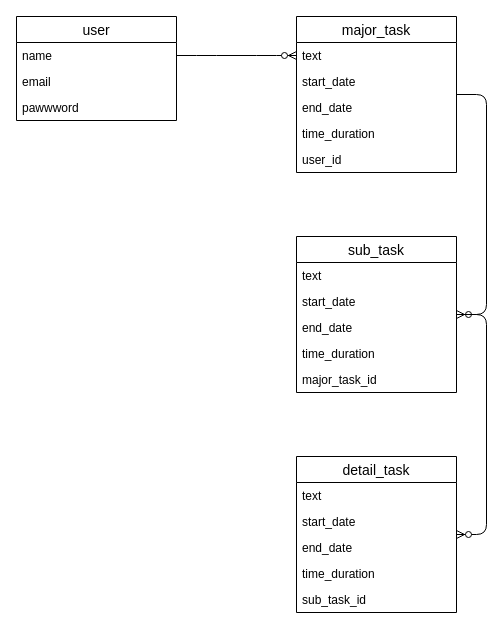
Before: data_structure.drawio in Yosuke-Aramaki/gx_app_2, a draw.io diagram. Source tidied: cells renumbered, new cells numbered last; positions are measured from the earlier drawing's top-left corner, leaving out a move shared by most shapes. Both pictures are drawn from the tidied source at 100%, with x=0, y=0 at pixel (16, 16).
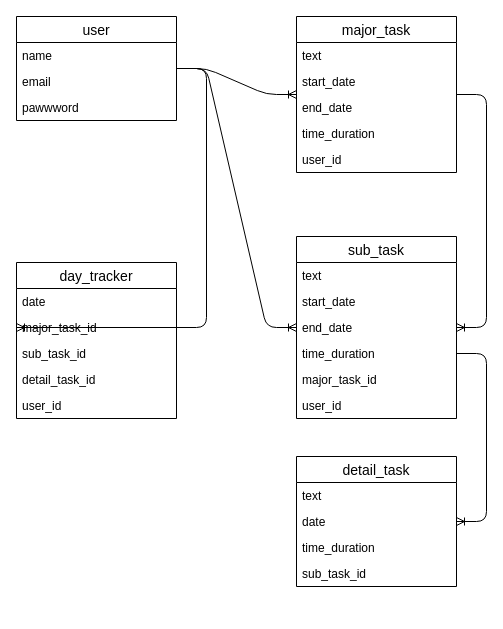
Above is the later version.

Commit message (it also covers changes not shown here):
update data structure

The change refers to these unchanged cells:
```xml
<mxCell id="2" value="major_task" style="swimlane;fontStyle=0;horizontal=1;startSize=26;align=center;fontSize=14;" parent="1" vertex="1">
  <mxGeometry x="280" width="160" height="156" as="geometry" />
</mxCell>
<mxCell id="3" value="text" style="text;strokeColor=none;fillColor=none;spacingLeft=4;spacingRight=4;overflow=hidden;points=[[0,0.5],[1,0.5]];portConstraint=eastwest;fontSize=12;" parent="2" vertex="1">
  <mxGeometry y="26" width="160" height="26" as="geometry" />
</mxCell>
<mxCell id="8" value="user" style="swimlane;fontStyle=0;horizontal=1;startSize=26;align=center;fontSize=14;" parent="1" vertex="1">
  <mxGeometry width="160" height="104" as="geometry" />
</mxCell>
<mxCell id="9" value="name" style="text;strokeColor=none;fillColor=none;spacingLeft=4;spacingRight=4;overflow=hidden;points=[[0,0.5],[1,0.5]];portConstraint=eastwest;fontSize=12;" parent="8" vertex="1">
  <mxGeometry y="26" width="160" height="26" as="geometry" />
</mxCell>
<mxCell id="16" value="time_duration" style="text;strokeColor=none;fillColor=none;spacingLeft=4;spacingRight=4;overflow=hidden;points=[[0,0.5],[1,0.5]];portConstraint=eastwest;fontSize=12;" parent="12" vertex="1">
  <mxGeometry y="104" width="160" height="26" as="geometry" />
</mxCell>
```

What changed in the source:
```diff
@@
     <mxCell id="12" value="sub_task" style="swimlane;fontStyle=0;horizontal=1;startSize=26;align=center;fontSize=14;" parent="1" vertex="1">
-      <mxGeometry x="280" y="220" width="160" height="156" as="geometry" />
+      <mxGeometry x="280" y="220" width="160" height="182" as="geometry" />
     </mxCell>
@@
+    <mxCell id="27" value="user_id" style="text;strokeColor=none;fillColor=none;spacingLeft=4;spacingRight=4;overflow=hidden;fontSize=12;" parent="12" vertex="1">
+      <mxGeometry y="156" width="160" height="26" as="geometry" />
+    </mxCell>
     <mxCell id="18" value="detail_task" style="swimlane;fontStyle=0;horizontal=1;startSize=26;align=center;fontSize=14;" parent="1" vertex="1">
-      <mxGeometry x="280" y="440" width="160" height="156" as="geometry" />
+      <mxGeometry x="280" y="440" width="160" height="130" as="geometry" />
     </mxCell>
@@
-    <mxCell id="20" value="start_date" style="text;strokeColor=none;fillColor=none;spacingLeft=4;spacingRight=4;overflow=hidden;fontSize=12;" parent="18" vertex="1">
+    <mxCell id="20" value="date" style="text;strokeColor=none;fillColor=none;spacingLeft=4;spacingRight=4;overflow=hidden;fontSize=12;" parent="18" vertex="1">
       <mxGeometry y="52" width="160" height="26" as="geometry" />
     </mxCell>
-    <mxCell id="21" value="end_date" style="text;strokeColor=none;fillColor=none;spacingLeft=4;spacingRight=4;overflow=hidden;fontSize=12;" parent="18" vertex="1">
-      <mxGeometry y="78" width="160" height="26" as="geometry" />
-    </mxCell>
     <mxCell id="22" value="time_duration" style="text;strokeColor=none;fillColor=none;spacingLeft=4;spacingRight=4;overflow=hidden;fontSize=12;" parent="18" vertex="1">
-      <mxGeometry y="104" width="160" height="26" as="geometry" />
+      <mxGeometry y="78" width="160" height="26" as="geometry" />
     </mxCell>
     <mxCell id="23" value="sub_task_id" style="text;strokeColor=none;fillColor=none;spacingLeft=4;spacingRight=4;overflow=hidden;fontSize=12;" parent="18" vertex="1">
-      <mxGeometry y="130" width="160" height="26" as="geometry" />
+      <mxGeometry y="104" width="160" height="26" as="geometry" />
     </mxCell>
-    <mxCell id="24" style="edgeStyle=entityRelationEdgeStyle;fontSize=12;html=1;endArrow=ERzeroToMany;endFill=1;exitX=1;exitY=0.5;exitDx=0;exitDy=0;entryX=0;entryY=0.5;entryDx=0;entryDy=0;" parent="1" edge="1" source="9" target="3">
-      <mxGeometry relative="1" as="geometry" />
-    </mxCell>
+    <mxCell id="28" style="edgeStyle=entityRelationEdgeStyle;fontSize=12;html=1;endArrow=ERoneToMany;fontStyle=1;" parent="1" edge="1" source="8" target="2">
+      <mxGeometry relative="1" as="geometry" />
+    </mxCell>
+    <mxCell id="29" style="edgeStyle=entityRelationEdgeStyle;fontSize=12;html=1;endArrow=ERoneToMany;fontStyle=1;exitX=1;exitY=0.5;exitDx=0;exitDy=0;" parent="1" edge="1" source="16" target="18">
+      <mxGeometry relative="1" as="geometry" />
+    </mxCell>
+    <mxCell id="30" value="day_tracker" style="swimlane;fontStyle=0;horizontal=1;startSize=26;align=center;fontSize=14;" parent="1" vertex="1">
+      <mxGeometry y="246" width="160" height="156" as="geometry" />
+    </mxCell>
+    <mxCell id="31" value="date" style="text;strokeColor=none;fillColor=none;spacingLeft=4;spacingRight=4;overflow=hidden;fontSize=12;" parent="30" vertex="1">
+      <mxGeometry y="26" width="160" height="26" as="geometry" />
+    </mxCell>
+    <mxCell id="32" value="major_task_id" style="text;strokeColor=none;fillColor=none;spacingLeft=4;spacingRight=4;overflow=hidden;points=[[0,0.5],[1,0.5]];portConstraint=eastwest;fontSize=12;" parent="30" vertex="1">
+      <mxGeometry y="52" width="160" height="26" as="geometry" />
+    </mxCell>
+    <mxCell id="33" value="sub_task_id" style="text;strokeColor=none;fillColor=none;spacingLeft=4;spacingRight=4;overflow=hidden;fontSize=12;" parent="30" vertex="1">
+      <mxGeometry y="78" width="160" height="26" as="geometry" />
+    </mxCell>
+    <mxCell id="34" value="detail_task_id" style="text;strokeColor=none;fillColor=none;spacingLeft=4;spacingRight=4;overflow=hidden;fontSize=12;" parent="30" vertex="1">
+      <mxGeometry y="104" width="160" height="26" as="geometry" />
+    </mxCell>
+    <mxCell id="35" value="user_id" style="text;strokeColor=none;fillColor=none;spacingLeft=4;spacingRight=4;overflow=hidden;fontSize=12;" parent="30" vertex="1">
+      <mxGeometry y="130" width="160" height="26" as="geometry" />
+    </mxCell>
+    <mxCell id="36" style="edgeStyle=entityRelationEdgeStyle;fontSize=12;html=1;endArrow=ERoneToMany;entryX=0;entryY=0.5;entryDx=0;entryDy=0;" parent="1" edge="1" source="8" target="32">
+      <mxGeometry relative="1" as="geometry" />
+    </mxCell>
+    <mxCell id="37" style="edgeStyle=entityRelationEdgeStyle;fontSize=12;html=1;endArrow=ERoneToMany;fontStyle=1;" parent="1" edge="1" source="8" target="12">
+      <mxGeometry relative="1" as="geometry" />
+    </mxCell>
-    <mxCell id="25" style="edgeStyle=entityRelationEdgeStyle;fontSize=12;html=1;endArrow=ERzeroToMany;endFill=1;" parent="1" edge="1" source="2" target="12">
+    <mxCell id="25" style="edgeStyle=entityRelationEdgeStyle;fontSize=12;html=1;endArrow=ERoneToMany;fontStyle=1;" parent="1" edge="1" source="2" target="12">
       <mxGeometry relative="1" as="geometry" />
     </mxCell>
-    <mxCell id="26" style="edgeStyle=entityRelationEdgeStyle;fontSize=12;html=1;endArrow=ERzeroToMany;endFill=1;" parent="1" edge="1" source="12" target="18">
-      <mxGeometry relative="1" as="geometry" />
-    </mxCell>
```
